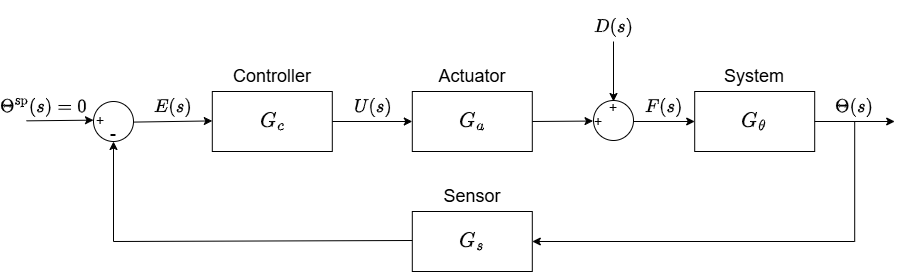
Before: Figures/Theta_CL_BlockDiagram.png, a diagram exported from draw.io (ollie3951/ELE2038-Control-Lab). Source tidied: cells renumbered, new cells last; positions are measured from the earlier drawing's top-left corner, leaving out a move shared by most shapes. Its diagram source:
```xml
<mxGraphModel math="1">
  <root>
    <mxCell id="0" />
    <mxCell id="1" parent="0" />
    <mxCell id="2" style="rounded=0;whiteSpace=wrap;html=1;" parent="1" vertex="1">
      <mxGeometry x="198.8" y="80" width="120" height="60" as="geometry" />
    </mxCell>
    <mxCell id="3" value="$$G_c$$" style="text;html=1;align=center;verticalAlign=middle;whiteSpace=wrap;rounded=0;fontSize=18;" parent="1" vertex="1">
      <mxGeometry x="228.8" y="95" width="60" height="30" as="geometry" />
    </mxCell>
    <mxCell id="4" style="endArrow=classic;html=1;rounded=0;entryX=-0.01;entryY=0.647;entryDx=0;entryDy=0;entryPerimeter=0;" parent="1" edge="1">
      <mxGeometry relative="1" as="geometry">
        <mxPoint x="120" y="110.6" as="sourcePoint" />
        <mxPoint x="198.8" y="109.4" as="targetPoint" />
      </mxGeometry>
    </mxCell>
    <mxCell id="5" style="endArrow=classic;html=1;rounded=0;" parent="1" edge="1">
      <mxGeometry relative="1" as="geometry">
        <mxPoint x="318.8" y="110" as="sourcePoint" />
        <mxPoint x="398.8" y="110" as="targetPoint" />
      </mxGeometry>
    </mxCell>
    <mxCell id="6" value="Controller" style="text;html=1;align=center;verticalAlign=middle;whiteSpace=wrap;rounded=0;fontSize=18;fontColor=#000000;" parent="1" vertex="1">
      <mxGeometry x="228.8" y="50" width="60" height="30" as="geometry" />
    </mxCell>
    <mxCell id="7" value="$$F(s)$$" style="text;html=1;align=center;verticalAlign=middle;whiteSpace=wrap;rounded=0;fontSize=16;" parent="1" vertex="1">
      <mxGeometry x="621.2" y="80" width="60" height="30" as="geometry" />
    </mxCell>
    <mxCell id="8" style="rounded=0;whiteSpace=wrap;html=1;" parent="1" vertex="1">
      <mxGeometry x="398.8" y="80" width="120" height="60" as="geometry" />
    </mxCell>
    <mxCell id="9" value="$$G_a$$" style="text;html=1;align=center;verticalAlign=middle;whiteSpace=wrap;rounded=0;fontSize=18;" parent="1" vertex="1">
      <mxGeometry x="428.8" y="95" width="60" height="30" as="geometry" />
    </mxCell>
    <mxCell id="10" value="Actuator" style="text;html=1;align=center;verticalAlign=middle;whiteSpace=wrap;rounded=0;fontSize=18;fontColor=#000000;" parent="1" vertex="1">
      <mxGeometry x="428.8" y="50" width="60" height="30" as="geometry" />
    </mxCell>
    <mxCell id="11" style="rounded=0;whiteSpace=wrap;html=1;" parent="1" vertex="1">
      <mxGeometry x="681.2" y="80" width="120" height="60" as="geometry" />
    </mxCell>
    <mxCell id="12" value="$$G_\theta$$" style="text;html=1;align=center;verticalAlign=middle;whiteSpace=wrap;rounded=0;fontSize=18;" parent="1" vertex="1">
      <mxGeometry x="711.2" y="95" width="60" height="30" as="geometry" />
    </mxCell>
    <mxCell id="13" style="endArrow=classic;html=1;rounded=0;" parent="1" edge="1">
      <mxGeometry relative="1" as="geometry">
        <mxPoint x="801.2" y="110" as="sourcePoint" />
        <mxPoint x="881.2" y="110" as="targetPoint" />
      </mxGeometry>
    </mxCell>
    <mxCell id="14" value="$$\Theta(s)$$" style="text;html=1;align=center;verticalAlign=middle;whiteSpace=wrap;rounded=0;fontSize=16;" parent="1" vertex="1">
      <mxGeometry x="811.2" y="80" width="60" height="30" as="geometry" />
    </mxCell>
    <mxCell id="15" value="System" style="text;html=1;align=center;verticalAlign=middle;whiteSpace=wrap;rounded=0;fontSize=18;fontColor=#000000;" parent="1" vertex="1">
      <mxGeometry x="711.2" y="50" width="60" height="30" as="geometry" />
    </mxCell>
    <mxCell id="16" style="ellipse;whiteSpace=wrap;html=1;" parent="1" vertex="1">
      <mxGeometry x="80" y="90" width="40" height="40" as="geometry" />
    </mxCell>
    <mxCell id="17" value="+" style="text;html=1;align=center;verticalAlign=middle;whiteSpace=wrap;rounded=0;fontSize=14;" parent="1" vertex="1">
      <mxGeometry x="57" y="94" width="60" height="30" as="geometry" />
    </mxCell>
    <mxCell id="18" value="-" style="text;html=1;align=center;verticalAlign=middle;whiteSpace=wrap;rounded=0;fontSize=18;" parent="1" vertex="1">
      <mxGeometry x="70" y="107" width="60" height="30" as="geometry" />
    </mxCell>
    <mxCell id="19" style="rounded=0;whiteSpace=wrap;html=1;" parent="1" vertex="1">
      <mxGeometry x="398.8" y="200" width="120" height="60" as="geometry" />
    </mxCell>
    <mxCell id="20" value="$$G_s$$" style="text;html=1;align=center;verticalAlign=middle;whiteSpace=wrap;rounded=0;fontSize=18;" parent="1" vertex="1">
      <mxGeometry x="428.8" y="215" width="60" height="30" as="geometry" />
    </mxCell>
    <mxCell id="21" value="Sensor" style="text;html=1;align=center;verticalAlign=middle;whiteSpace=wrap;rounded=0;fontSize=18;fontColor=#000000;" parent="1" vertex="1">
      <mxGeometry x="428.8" y="170" width="60" height="30" as="geometry" />
    </mxCell>
    <mxCell id="22" style="endArrow=classic;html=1;rounded=0;exitX=0.5;exitY=1;exitDx=0;exitDy=0;entryX=1;entryY=0.5;entryDx=0;entryDy=0;" parent="1" edge="1" source="14" target="19">
      <mxGeometry relative="1" as="geometry">
        <Array as="points">
          <mxPoint x="841.2" y="230" />
        </Array>
      </mxGeometry>
    </mxCell>
    <mxCell id="23" style="endArrow=classic;html=1;rounded=0;entryX=0.5;entryY=1;entryDx=0;entryDy=0;" parent="1" edge="1" target="16">
      <mxGeometry relative="1" as="geometry">
        <mxPoint x="398.8" y="229" as="sourcePoint" />
        <Array as="points">
          <mxPoint x="100" y="230" />
        </Array>
      </mxGeometry>
    </mxCell>
    <mxCell id="24" value="$$E(s)$$" style="text;html=1;align=center;verticalAlign=middle;whiteSpace=wrap;rounded=0;fontSize=16;" parent="1" vertex="1">
      <mxGeometry x="130" y="80" width="60" height="30" as="geometry" />
    </mxCell>
    <mxCell id="25" style="endArrow=classic;html=1;rounded=0;" parent="1" edge="1">
      <mxGeometry relative="1" as="geometry">
        <mxPoint x="13" y="109.4" as="sourcePoint" />
        <mxPoint x="80" y="108.7" as="targetPoint" />
      </mxGeometry>
    </mxCell>
    <mxCell id="26" value="$$\Theta^{\text{sp}}(s)=0$$" style="text;html=1;align=center;verticalAlign=middle;whiteSpace=wrap;rounded=0;fontSize=16;" parent="1" vertex="1">
      <mxGeometry y="80" width="60" height="30" as="geometry" />
    </mxCell>
    <mxCell id="27" style="ellipse;whiteSpace=wrap;html=1;" parent="1" vertex="1">
      <mxGeometry x="580" y="89" width="40" height="40" as="geometry" />
    </mxCell>
    <mxCell id="28" value="+" style="text;html=1;align=center;verticalAlign=middle;whiteSpace=wrap;rounded=0;fontSize=14;" parent="1" vertex="1">
      <mxGeometry x="555" y="95" width="60" height="30" as="geometry" />
    </mxCell>
    <mxCell id="29" value="+" style="text;html=1;align=center;verticalAlign=middle;whiteSpace=wrap;rounded=0;fontSize=14;" parent="1" vertex="1">
      <mxGeometry x="570" y="81" width="60" height="30" as="geometry" />
    </mxCell>
    <mxCell id="30" style="endArrow=classic;html=1;rounded=0;entryX=0.159;entryY=0.985;entryDx=0;entryDy=0;entryPerimeter=0;" parent="1" edge="1">
      <mxGeometry relative="1" as="geometry">
        <mxPoint x="518.8" y="110" as="sourcePoint" />
        <mxPoint x="579.5" y="109.6" as="targetPoint" />
      </mxGeometry>
    </mxCell>
    <mxCell id="31" style="endArrow=classic;html=1;rounded=0;" parent="1" edge="1">
      <mxGeometry relative="1" as="geometry">
        <mxPoint x="600" y="30" as="sourcePoint" />
        <mxPoint x="600" y="90" as="targetPoint" />
      </mxGeometry>
    </mxCell>
    <mxCell id="32" style="endArrow=classic;html=1;rounded=0;entryX=0;entryY=0.5;entryDx=0;entryDy=0;" parent="1" edge="1" target="11">
      <mxGeometry relative="1" as="geometry">
        <mxPoint x="620" y="110" as="sourcePoint" />
      </mxGeometry>
    </mxCell>
    <mxCell id="33" value="$$D(s)$$" style="text;html=1;align=center;verticalAlign=middle;whiteSpace=wrap;rounded=0;fontSize=16;" parent="1" vertex="1">
      <mxGeometry x="570" width="60" height="30" as="geometry" />
    </mxCell>
    <mxCell id="34" value="$$U(s)$$" style="text;html=1;align=center;verticalAlign=middle;whiteSpace=wrap;rounded=0;fontSize=16;" parent="1" vertex="1">
      <mxGeometry x="330" y="80" width="60" height="30" as="geometry" />
    </mxCell>
  </root>
</mxGraphModel>
```
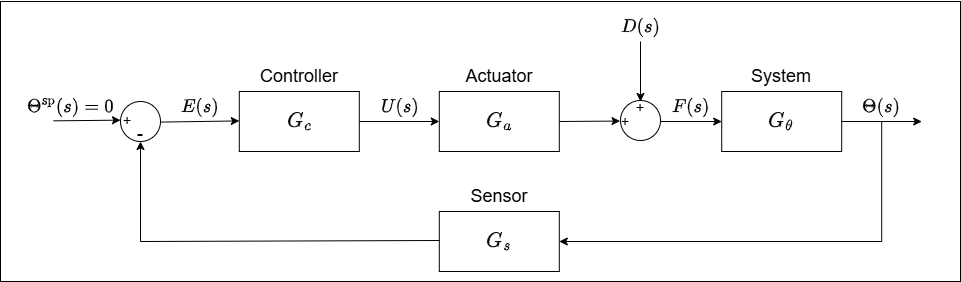
After the commit.

Commit message:
Update block diagram

Change to the diagram source:
```diff
@@ -2,6 +2,9 @@
   <root>
     <mxCell id="0" />
     <mxCell id="1" parent="0" />
+    <mxCell id="35" style="rounded=0;whiteSpace=wrap;html=1;" parent="1" vertex="1">
+      <mxGeometry x="-40" y="-10" width="960" height="280" as="geometry" />
+    </mxCell>
     <mxCell id="2" style="rounded=0;whiteSpace=wrap;html=1;" parent="1" vertex="1">
       <mxGeometry x="198.8" y="80" width="120" height="60" as="geometry" />
     </mxCell>
```
